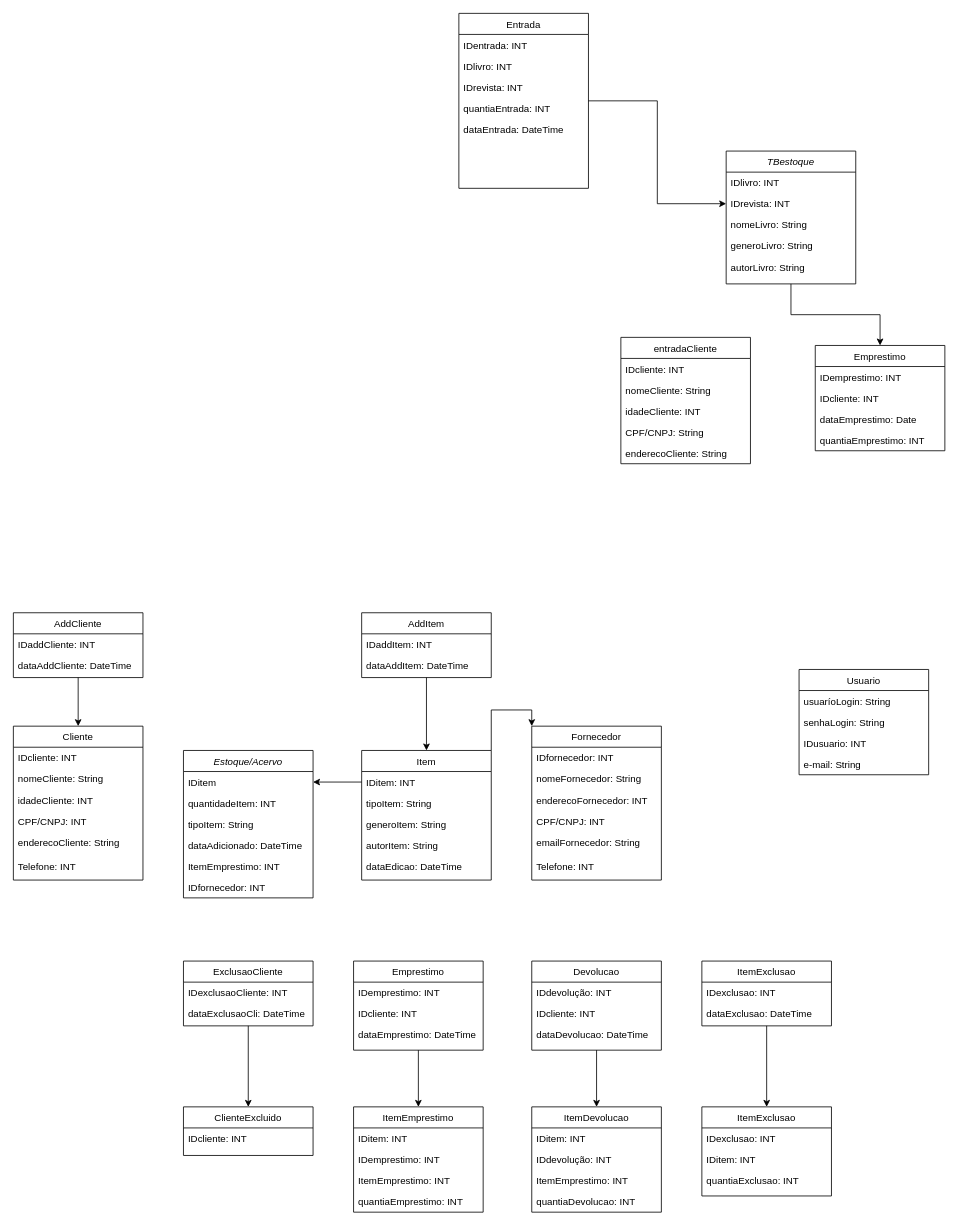
Above: diagramaDEclasses.drawio in fe1ipesena/biblioteca-Java-Swing (draw.io), before the change. Source tidied: cells renumbered, new cells numbered last; positions are measured from the earlier drawing's top-left corner, leaving out a move shared by most shapes. Both pictures are drawn from the tidied source at 81%, with x=0, y=0 at pixel (13, 13).
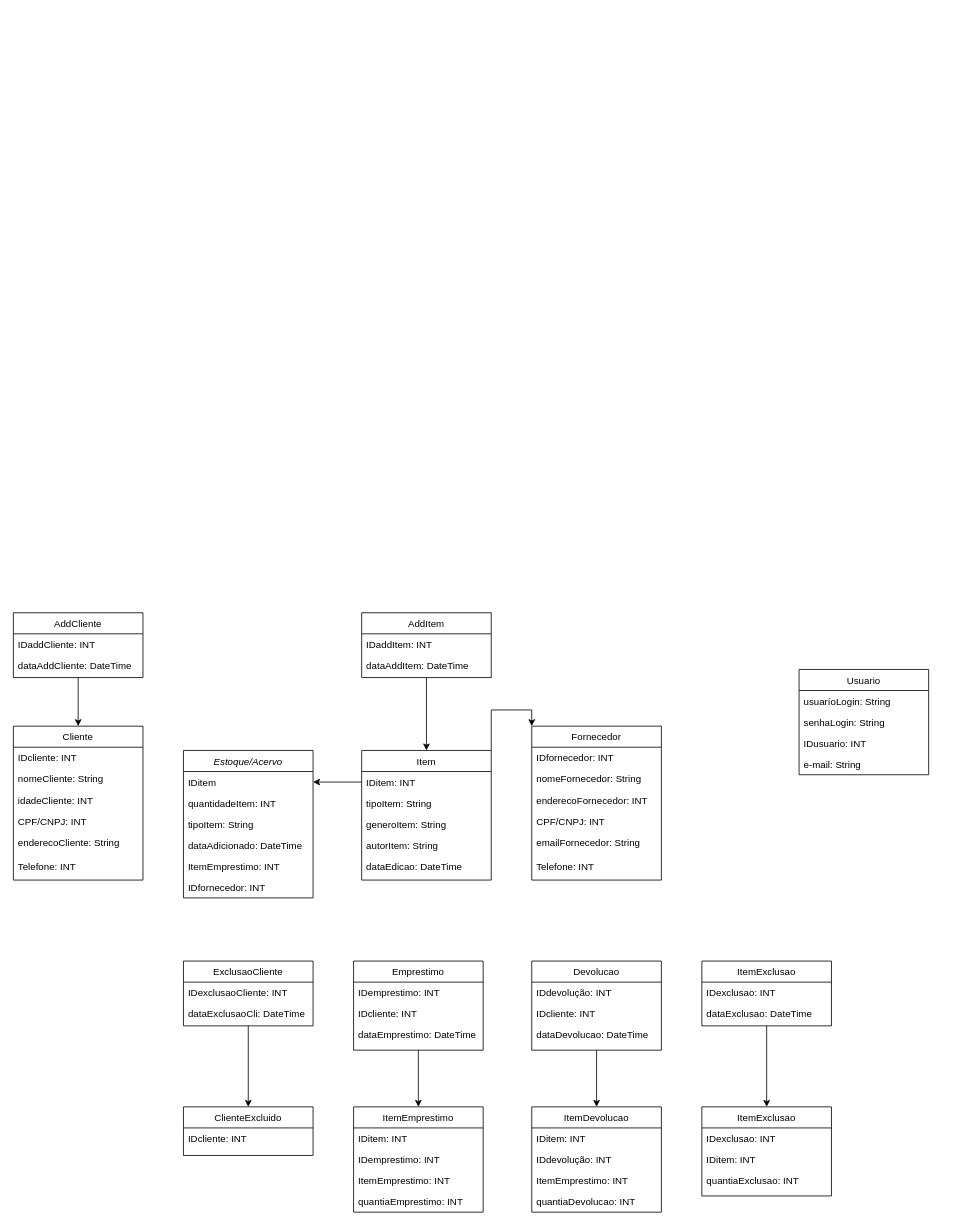
The same diagram, later.

The edit, as a diff of the source:
```diff
@@
-    <mxCell id="2" style="edgeStyle=orthogonalEdgeStyle;rounded=0;jettySize=auto;html=1;" parent="1" edge="1" source="3" target="15">
-      <mxGeometry relative="1" as="geometry" />
-    </mxCell>
-    <mxCell id="3" value="TBestoque" style="swimlane;fontStyle=2;align=center;verticalAlign=top;horizontal=1;startSize=26;rounded=0;shadow=0;strokeWidth=1;" parent="1" vertex="1">
-      <mxGeometry x="880" y="170" width="160" height="164" as="geometry" />
-    </mxCell>
-    <mxCell id="4" value="IDlivro: INT" style="text;align=left;verticalAlign=top;spacingLeft=4;spacingRight=4;overflow=hidden;" parent="3" vertex="1">
-      <mxGeometry y="26" width="160" height="26" as="geometry" />
-    </mxCell>
-    <mxCell id="5" value="IDrevista: INT" style="text;align=left;verticalAlign=top;spacingLeft=4;spacingRight=4;overflow=hidden;points=[[0,0.5],[1,0.5]];portConstraint=eastwest;" parent="3" vertex="1">
-      <mxGeometry y="52" width="160" height="26" as="geometry" />
-    </mxCell>
-    <mxCell id="6" value="nomeLivro: String" style="text;align=left;verticalAlign=top;spacingLeft=4;spacingRight=4;overflow=hidden;" parent="3" vertex="1">
-      <mxGeometry y="78" width="160" height="26" as="geometry" />
-    </mxCell>
-    <mxCell id="7" value="generoLivro: String" style="text;align=left;verticalAlign=top;spacingLeft=4;spacingRight=4;overflow=hidden;" parent="3" vertex="1">
-      <mxGeometry y="104" width="160" height="26" as="geometry" />
-    </mxCell>
-    <mxCell id="8" value="autorLivro: String" style="text;align=left;verticalAlign=top;spacingLeft=4;spacingRight=4;overflow=hidden;" parent="3" vertex="1">
-      <mxGeometry y="130" width="160" height="26" as="geometry" />
-    </mxCell>
-    <mxCell id="9" value="entradaCliente" style="swimlane;fontStyle=0;align=center;verticalAlign=top;horizontal=1;startSize=26;rounded=0;shadow=0;strokeWidth=1;" parent="1" vertex="1">
-      <mxGeometry x="750" y="400" width="160" height="156" as="geometry" />
-    </mxCell>
-    <mxCell id="10" value="IDcliente: INT" style="text;align=left;verticalAlign=top;spacingLeft=4;spacingRight=4;overflow=hidden;" parent="9" vertex="1">
-      <mxGeometry y="26" width="160" height="26" as="geometry" />
-    </mxCell>
-    <mxCell id="11" value="nomeCliente: String" style="text;align=left;verticalAlign=top;spacingLeft=4;spacingRight=4;overflow=hidden;" parent="9" vertex="1">
-      <mxGeometry y="52" width="160" height="26" as="geometry" />
-    </mxCell>
-    <mxCell id="12" value="idadeCliente: INT" style="text;align=left;verticalAlign=top;spacingLeft=4;spacingRight=4;overflow=hidden;" parent="9" vertex="1">
-      <mxGeometry y="78" width="160" height="26" as="geometry" />
-    </mxCell>
-    <mxCell id="13" value="CPF/CNPJ: String" style="text;align=left;verticalAlign=top;spacingLeft=4;spacingRight=4;overflow=hidden;" parent="9" vertex="1">
-      <mxGeometry y="104" width="160" height="26" as="geometry" />
-    </mxCell>
-    <mxCell id="14" value="enderecoCliente: String" style="text;align=left;verticalAlign=top;spacingLeft=4;spacingRight=4;overflow=hidden;" parent="9" vertex="1">
-      <mxGeometry y="130" width="160" height="26" as="geometry" />
-    </mxCell>
-    <mxCell id="15" value="Emprestimo" style="swimlane;fontStyle=0;align=center;verticalAlign=top;horizontal=1;startSize=26;rounded=0;shadow=0;strokeWidth=1;" parent="1" vertex="1">
-      <mxGeometry x="990" y="410" width="160" height="130" as="geometry" />
-    </mxCell>
-    <mxCell id="16" value="IDemprestimo: INT" style="text;align=left;verticalAlign=top;spacingLeft=4;spacingRight=4;overflow=hidden;" parent="15" vertex="1">
-      <mxGeometry y="26" width="160" height="26" as="geometry" />
-    </mxCell>
-    <mxCell id="17" value="IDcliente: INT" style="text;align=left;verticalAlign=top;spacingLeft=4;spacingRight=4;overflow=hidden;" parent="15" vertex="1">
-      <mxGeometry y="52" width="160" height="26" as="geometry" />
-    </mxCell>
-    <mxCell id="18" value="dataEmprestimo: Date" style="text;align=left;verticalAlign=top;spacingLeft=4;spacingRight=4;overflow=hidden;" parent="15" vertex="1">
-      <mxGeometry y="78" width="160" height="26" as="geometry" />
-    </mxCell>
-    <mxCell id="19" value="quantiaEmprestimo: INT" style="text;align=left;verticalAlign=top;spacingLeft=4;spacingRight=4;overflow=hidden;" parent="15" vertex="1">
-      <mxGeometry y="104" width="160" height="26" as="geometry" />
-    </mxCell>
-    <mxCell id="20" style="edgeStyle=orthogonalEdgeStyle;rounded=0;jettySize=auto;html=1;exitX=1;exitY=0.5;exitDx=0;exitDy=0;entryX=0;entryY=0.5;entryDx=0;entryDy=0;" parent="1" edge="1" source="21" target="5">
-      <mxGeometry relative="1" as="geometry" />
-    </mxCell>
-    <mxCell id="21" value="Entrada" style="swimlane;fontStyle=0;align=center;verticalAlign=top;horizontal=1;startSize=26;rounded=0;shadow=0;strokeWidth=1;" parent="1" vertex="1">
-      <mxGeometry x="550" width="160" height="216" as="geometry" />
-    </mxCell>
-    <mxCell id="22" value="IDentrada: INT" style="text;align=left;verticalAlign=top;spacingLeft=4;spacingRight=4;overflow=hidden;" parent="21" vertex="1">
-      <mxGeometry y="26" width="160" height="26" as="geometry" />
-    </mxCell>
-    <mxCell id="23" value="IDlivro: INT" style="text;align=left;verticalAlign=top;spacingLeft=4;spacingRight=4;overflow=hidden;" parent="21" vertex="1">
-      <mxGeometry y="52" width="160" height="26" as="geometry" />
-    </mxCell>
-    <mxCell id="24" value="IDrevista: INT" style="text;align=left;verticalAlign=top;spacingLeft=4;spacingRight=4;overflow=hidden;" parent="21" vertex="1">
-      <mxGeometry y="78" width="160" height="26" as="geometry" />
-    </mxCell>
-    <mxCell id="25" value="quantiaEntrada: INT" style="text;align=left;verticalAlign=top;spacingLeft=4;spacingRight=4;overflow=hidden;" parent="21" vertex="1">
-      <mxGeometry y="104" width="160" height="26" as="geometry" />
-    </mxCell>
-    <mxCell id="26" value="dataEntrada: DateTime" style="text;align=left;verticalAlign=top;spacingLeft=4;spacingRight=4;overflow=hidden;" parent="21" vertex="1">
-      <mxGeometry y="130" width="160" height="26" as="geometry" />
-    </mxCell>
```
